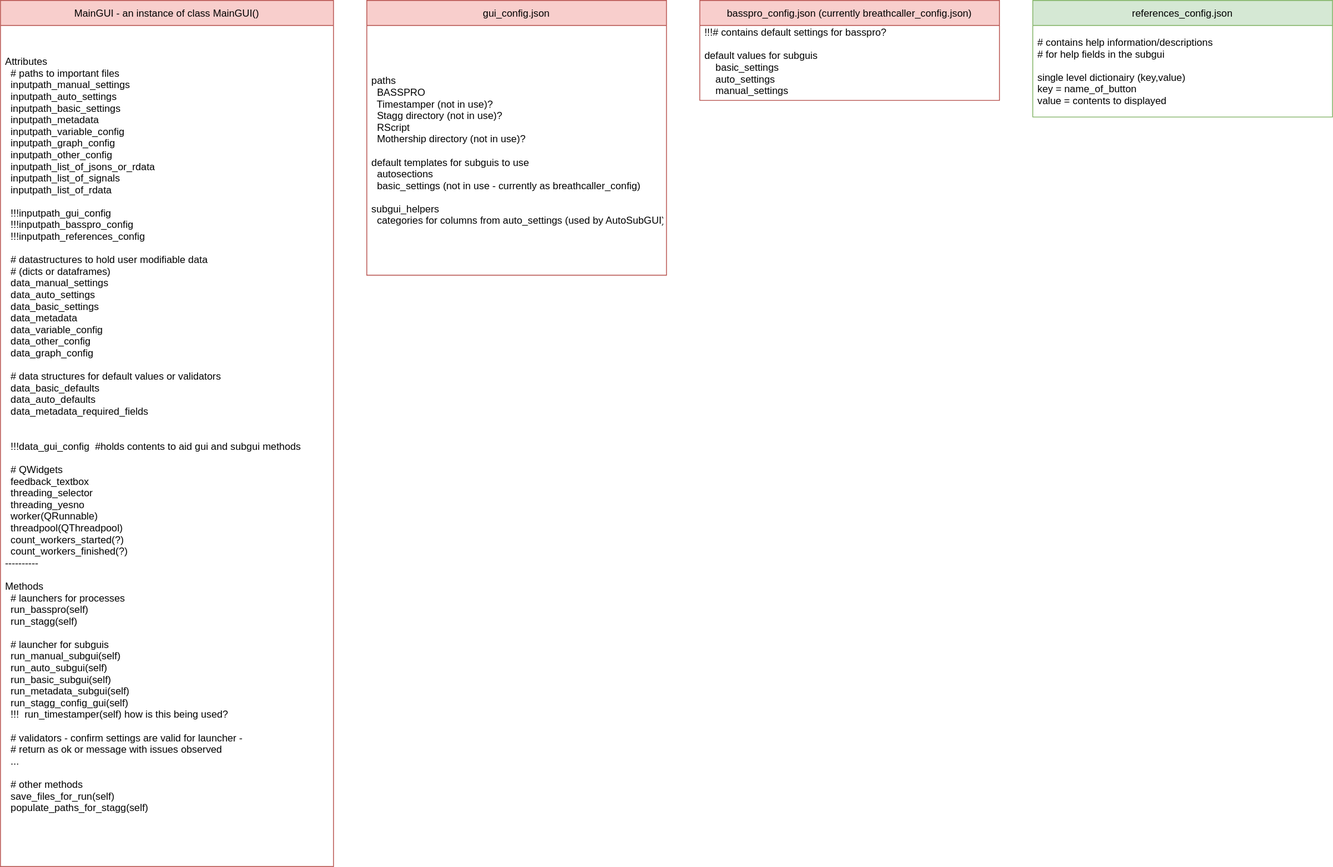
Above: GUI-BackEnd-Schema.drawio.svg in MolecularNeurobiology/Breathe_Easy (draw.io), before the change. Source tidied: cells renumbered, new cells last; positions are measured from the earlier drawing's top-left corner, leaving out a move shared by most shapes.
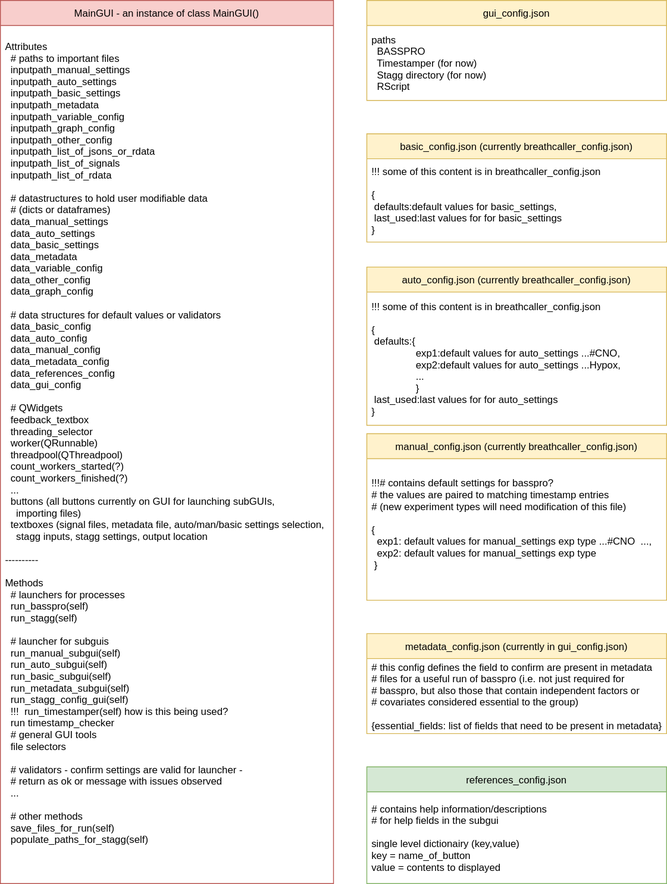
After the change.

What changed in the source:
```diff
@@ -3,28 +3,46 @@
     <mxCell id="0" />
     <mxCell id="1" parent="0" />
     <mxCell id="2" value="MainGUI - an instance of class MainGUI()" style="swimlane;fontStyle=0;horizontal=1;startSize=30;fillColor=#f8cecc;strokeColor=#b85450;" parent="1" vertex="1">
-      <mxGeometry width="400" height="1040" as="geometry" />
+      <mxGeometry width="400" height="1060" as="geometry" />
     </mxCell>
-    <mxCell id="3" value="Attributes&#10;  # paths to important files&#10;  inputpath_manual_settings&#10;  inputpath_auto_settings&#10;  inputpath_basic_settings&#10;  inputpath_metadata&#10;  inputpath_variable_config&#10;  inputpath_graph_config&#10;  inputpath_other_config&#10;  inputpath_list_of_jsons_or_rdata&#10;  inputpath_list_of_signals&#10;  inputpath_list_of_rdata&#10;&#10;  !!!inputpath_gui_config&#10;  !!!inputpath_basspro_config&#10;  !!!inputpath_references_config&#10;&#10;  # datastructures to hold user modifiable data&#10;  # (dicts or dataframes)&#10;  data_manual_settings&#10;  data_auto_settings&#10;  data_basic_settings&#10;  data_metadata&#10;  data_variable_config&#10;  data_other_config&#10;  data_graph_config&#10;&#10;  # data structures for default values or validators&#10;  data_basic_defaults &#10;  data_auto_defaults&#10;  data_metadata_required_fields&#10;  &#10;&#10;  !!!data_gui_config  #holds contents to aid gui and subgui methods&#10;  &#10;  # QWidgets&#10;  feedback_textbox&#10;  threading_selector&#10;  threading_yesno&#10;  worker(QRunnable)&#10;  threadpool(QThreadpool)&#10;  count_workers_started(?)&#10;  count_workers_finished(?)&#10;----------&#10;&#10;Methods&#10;  # launchers for processes&#10;  run_basspro(self)&#10;  run_stagg(self)&#10;  &#10;  # launcher for subguis&#10;  run_manual_subgui(self)&#10;  run_auto_subgui(self)&#10;  run_basic_subgui(self)&#10;  run_metadata_subgui(self)&#10;  run_stagg_config_gui(self)&#10;  !!!  run_timestamper(self) how is this being used?&#10;&#10;  # validators - confirm settings are valid for launcher - &#10;  # return as ok or message with issues observed&#10;  ...&#10;&#10;  # other methods&#10;  save_files_for_run(self)&#10;  populate_paths_for_stagg(self)&#10;&#10;  " style="text;strokeColor=none;fillColor=none;align=left;verticalAlign=middle;spacingLeft=4;spacingRight=4;overflow=hidden;" parent="2" vertex="1">
-      <mxGeometry y="30" width="400" height="1010" as="geometry" />
+    <mxCell id="3" value="Attributes&#10;  # paths to important files&#10;  inputpath_manual_settings&#10;  inputpath_auto_settings&#10;  inputpath_basic_settings&#10;  inputpath_metadata&#10;  inputpath_variable_config&#10;  inputpath_graph_config&#10;  inputpath_other_config&#10;  inputpath_list_of_jsons_or_rdata&#10;  inputpath_list_of_signals&#10;  inputpath_list_of_rdata&#10;&#10;  # datastructures to hold user modifiable data&#10;  # (dicts or dataframes)&#10;  data_manual_settings&#10;  data_auto_settings&#10;  data_basic_settings&#10;  data_metadata&#10;  data_variable_config&#10;  data_other_config&#10;  data_graph_config&#10;&#10;  # data structures for default values or validators&#10;  data_basic_config &#10;  data_auto_config&#10;  data_manual_config&#10;  data_metadata_config&#10;  data_references_config&#10;  data_gui_config&#10;  &#10;  # QWidgets&#10;  feedback_textbox&#10;  threading_selector&#10;  worker(QRunnable)&#10;  threadpool(QThreadpool)&#10;  count_workers_started(?)&#10;  count_workers_finished(?)&#10;  ...&#10;  buttons (all buttons currently on GUI for launching subGUIs, &#10;    importing files)&#10;  textboxes (signal files, metadata file, auto/man/basic settings selection,&#10;    stagg inputs, stagg settings, output location&#10;&#10;----------&#10;&#10;Methods&#10;  # launchers for processes&#10;  run_basspro(self)&#10;  run_stagg(self)&#10;  &#10;  # launcher for subguis&#10;  run_manual_subgui(self)&#10;  run_auto_subgui(self)&#10;  run_basic_subgui(self)&#10;  run_metadata_subgui(self)&#10;  run_stagg_config_gui(self)&#10;  !!!  run_timestamper(self) how is this being used?&#10;  run timestamp_checker&#10;  # general GUI tools&#10;  file selectors&#10;  &#10;  # validators - confirm settings are valid for launcher - &#10;  # return as ok or message with issues observed&#10;  ...&#10;&#10;  # other methods&#10;  save_files_for_run(self)&#10;  populate_paths_for_stagg(self)&#10;&#10;  " style="text;strokeColor=none;fillColor=none;align=left;verticalAlign=middle;spacingLeft=4;spacingRight=4;overflow=hidden;" parent="2" vertex="1">
+      <mxGeometry y="30" width="400" height="1030" as="geometry" />
     </mxCell>
-    <mxCell id="4" value="gui_config.json" style="swimlane;fontStyle=0;horizontal=1;startSize=30;fillColor=#f8cecc;strokeColor=#b85450;" parent="1" vertex="1">
-      <mxGeometry x="440" width="360" height="330" as="geometry" />
+    <mxCell id="4" value="gui_config.json" style="swimlane;fontStyle=0;horizontal=1;startSize=30;fillColor=#fff2cc;strokeColor=#d6b656;" parent="1" vertex="1">
+      <mxGeometry x="440" width="360" height="120" as="geometry" />
     </mxCell>
-    <mxCell id="5" value="paths&#10;  BASSPRO&#10;  Timestamper (not in use)?&#10;  Stagg directory (not in use)?&#10;  RScript&#10;  Mothership directory (not in use)?&#10;&#10;default templates for subguis to use&#10;  autosections&#10;  basic_settings (not in use - currently as breathcaller_config)&#10;&#10;subgui_helpers&#10;  categories for columns from auto_settings (used by AutoSubGUI)" style="text;strokeColor=none;fillColor=none;align=left;verticalAlign=middle;spacingLeft=4;spacingRight=4;overflow=hidden;" parent="4" vertex="1">
-      <mxGeometry y="30" width="360" height="300" as="geometry" />
+    <mxCell id="5" value="paths&#10;  BASSPRO&#10;  Timestamper (for now)&#10;  Stagg directory (for now)&#10;  RScript" style="text;strokeColor=none;fillColor=none;align=left;verticalAlign=middle;spacingLeft=4;spacingRight=4;overflow=hidden;" parent="4" vertex="1">
+      <mxGeometry y="30" width="360" height="90" as="geometry" />
     </mxCell>
     <mxCell id="6" value="references_config.json" style="swimlane;fontStyle=0;horizontal=1;startSize=30;fillColor=#d5e8d4;strokeColor=#82b366;" parent="1" vertex="1">
-      <mxGeometry x="1240" width="360" height="140" as="geometry" />
+      <mxGeometry x="440" y="920" width="360" height="140" as="geometry" />
     </mxCell>
     <mxCell id="7" value="# contains help information/descriptions &#10;# for help fields in the subgui&#10;&#10;single level dictionairy (key,value) &#10;key = name_of_button &#10;value = contents to displayed" style="text;strokeColor=none;fillColor=none;align=left;verticalAlign=middle;spacingLeft=4;spacingRight=4;overflow=hidden;" parent="6" vertex="1">
       <mxGeometry y="30" width="360" height="110" as="geometry" />
     </mxCell>
-    <mxCell id="8" value="basspro_config.json (currently breathcaller_config.json)" style="swimlane;fontStyle=0;horizontal=1;startSize=30;fillColor=#f8cecc;strokeColor=#b85450;" parent="1" vertex="1">
-      <mxGeometry x="840" width="360" height="120" as="geometry" />
+    <mxCell id="8" value="basic_config.json (currently breathcaller_config.json)" style="swimlane;fontStyle=0;horizontal=1;startSize=30;fillColor=#fff2cc;strokeColor=#d6b656;" parent="1" vertex="1">
+      <mxGeometry x="440" y="160" width="360" height="130" as="geometry" />
     </mxCell>
-    <mxCell id="9" value="!!!# contains default settings for basspro?&#10;&#10;default values for subguis&#10;    basic_settings&#10;    auto_settings&#10;    manual_settings&#10;&#10;values of the last run for subguis&#10;    basic_settings&#10;    auto_settings&#10;    manual_settings&#10;&#10;" style="text;strokeColor=none;fillColor=none;align=left;verticalAlign=middle;spacingLeft=4;spacingRight=4;overflow=hidden;" parent="8" vertex="1">
-      <mxGeometry y="30" width="360" height="90" as="geometry" />
+    <mxCell id="9" value="!!! some of this content is in breathcaller_config.json&#10;&#10;{&#10; defaults:default values for basic_settings,&#10; last_used:last values for for basic_settings&#10;}" style="text;strokeColor=none;fillColor=none;align=left;verticalAlign=middle;spacingLeft=4;spacingRight=4;overflow=hidden;" parent="8" vertex="1">
+      <mxGeometry y="30" width="360" height="100" as="geometry" />
     </mxCell>
+    <mxCell id="10" value="metadata_config.json (currently in gui_config.json)" style="swimlane;fontStyle=0;horizontal=1;startSize=30;fillColor=#fff2cc;strokeColor=#d6b656;" parent="1" vertex="1">
+      <mxGeometry x="440" y="760" width="360" height="120" as="geometry" />
+    </mxCell>
+    <mxCell id="11" value="# this config defines the field to confirm are present in metadata&#10;# files for a useful run of basspro (i.e. not just required for &#10;# basspro, but also those that contain independent factors or &#10;# covariates considered essential to the group)&#10;&#10;{essential_fields: list of fields that need to be present in metadata}" style="text;strokeColor=none;fillColor=none;align=left;verticalAlign=middle;spacingLeft=4;spacingRight=4;overflow=hidden;" parent="10" vertex="1">
+      <mxGeometry y="30" width="360" height="90" as="geometry" />
+    </mxCell>
+    <mxCell id="12" value="auto_config.json (currently breathcaller_config.json)" style="swimlane;fontStyle=0;horizontal=1;startSize=30;fillColor=#fff2cc;strokeColor=#d6b656;" parent="1" vertex="1">
+      <mxGeometry x="440" y="320" width="360" height="190" as="geometry" />
+    </mxCell>
+    <mxCell id="13" value="!!! some of this content is in breathcaller_config.json&#10;&#10;{&#10; defaults:{&#10;                exp1:default values for auto_settings ...#CNO,&#10;                exp2:default values for auto_settings ...Hypox,&#10;                ...&#10;                }&#10; last_used:last values for for auto_settings&#10;}" style="text;strokeColor=none;fillColor=none;align=left;verticalAlign=middle;spacingLeft=4;spacingRight=4;overflow=hidden;" parent="12" vertex="1">
+      <mxGeometry y="30" width="360" height="160" as="geometry" />
+    </mxCell>
+    <mxCell id="14" value="manual_config.json (currently breathcaller_config.json)" style="swimlane;fontStyle=0;horizontal=1;startSize=30;fillColor=#fff2cc;strokeColor=#d6b656;" parent="1" vertex="1">
+      <mxGeometry x="440" y="520" width="360" height="200" as="geometry" />
+    </mxCell>
+    <mxCell id="15" value="!!!# contains default settings for basspro?&#10;# the values are paired to matching timestamp entries &#10;# (new experiment types will need modification of this file)&#10;&#10;{  &#10;  exp1: default values for manual_settings exp type ...#CNO  ...,&#10;  exp2: default values for manual_settings exp type&#10; }&#10;" style="text;strokeColor=none;fillColor=none;align=left;verticalAlign=middle;spacingLeft=4;spacingRight=4;overflow=hidden;" parent="14" vertex="1">
+      <mxGeometry y="30" width="360" height="170" as="geometry" />
+    </mxCell>
   </root>
 </mxGraphModel>
```
